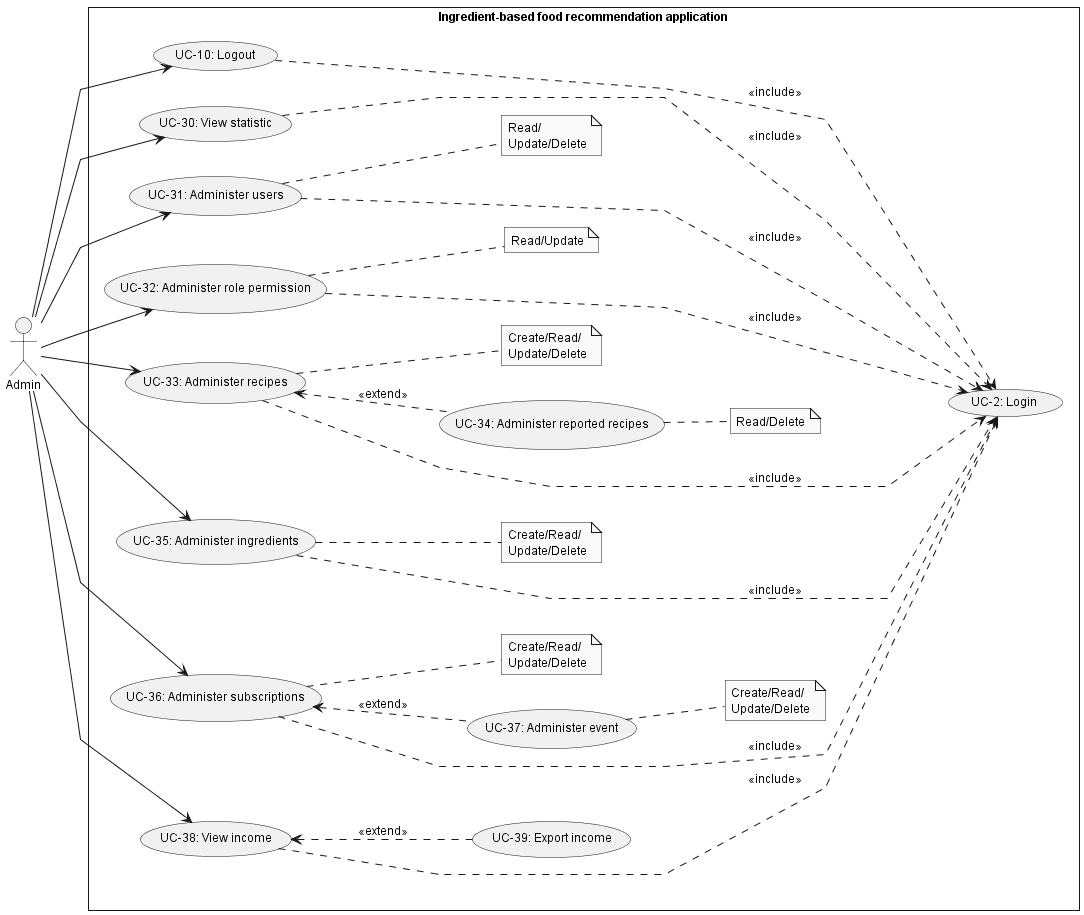
Before: doc/SRS/Usecase/AdminUsecase/AdminUsecase.png, a diagram exported from PlantUML (Carl-Johnsons/tastopia). The source it was exported from:
```plantuml
@startuml AdminUsecase
skinparam style strictuml
skinparam monochrome true
skinparam linetype polyline
skinparam defaultFontSize 12
left to right direction
actor "Admin" as admin
rectangle Ingredient-based<U+0020>food<U+0020>recommendation<U+0020>application {
    usecase "UC-2: Login" as ucLogin
    usecase "UC-10: Logout" as ucLogout

    usecase "UC-30: View statistic" as ucViewStatistic
    usecase "UC-34: Administer reported recipes" as ucAdmReportedRepices
    usecase "UC-31: Administer users" as ucAdmUser
    usecase "UC-32: Administer role permission" as ucAdmRolePermis
    usecase "UC-33: Administer recipes" as ucAdmRecipe
    usecase "UC-35: Administer ingredients" as ucAdmIngre
    usecase "UC-36: Administer subscriptions" as ucAdmSubcript
    usecase "UC-37: Administer event" as ucAdmEvent
    usecase "UC-38: View income" as ucViewIncome
    usecase "UC-39: Export income" as ucExportIncome

    note "Read/\nUpdate/Delete" as noteAdmUser
    note "Create/Read/\nUpdate/Delete" as noteAdmRecipe
    note "Create/Read/\nUpdate/Delete" as noteAdmIngre
    note "Create/Read/\nUpdate/Delete" as noteAdmSubcipt
    note "Create/Read/\nUpdate/Delete" as noteAdmEvent
    note "Read/Delete" as noteAdmReportedRecipes
    note "Read/Update" as noteAmdRolePermis

    admin --> ucAdmUser
        ucAdmUser .. noteAdmUser
    admin --> ucAdmRecipe
        ucAdmRecipe <.. ucAdmReportedRepices : <<extend>>
            ucAdmReportedRepices .. noteAdmReportedRecipes
        ucAdmRecipe .. noteAdmRecipe
    admin --> ucAdmIngre
        ucAdmIngre .. noteAdmIngre
    admin --> ucAdmRolePermis
        ucAdmRolePermis .. noteAmdRolePermis
    admin --> ucAdmSubcript
        ucAdmSubcript <.. ucAdmEvent : <<extend>>
            ucAdmEvent .. noteAdmEvent
        ucAdmSubcript .. noteAdmSubcipt
    admin --> ucViewStatistic
    admin --> ucViewIncome
        ucViewIncome <.. ucExportIncome : <<extend>>
    admin --> ucLogout

    ucLogout .....> ucLogin : <<include>>
    ucViewStatistic .....> ucLogin : <<include>>
    ucAdmUser .....> ucLogin : <<include>>
    ucAdmRolePermis .....> ucLogin : <<include>>
    ucAdmRecipe .....> ucLogin : <<include>>
    ucAdmIngre .....> ucLogin : <<include>>
    ucAdmSubcript .....> ucLogin : <<include>>
    ucViewIncome .....> ucLogin : <<include>>

}

@enduml
```
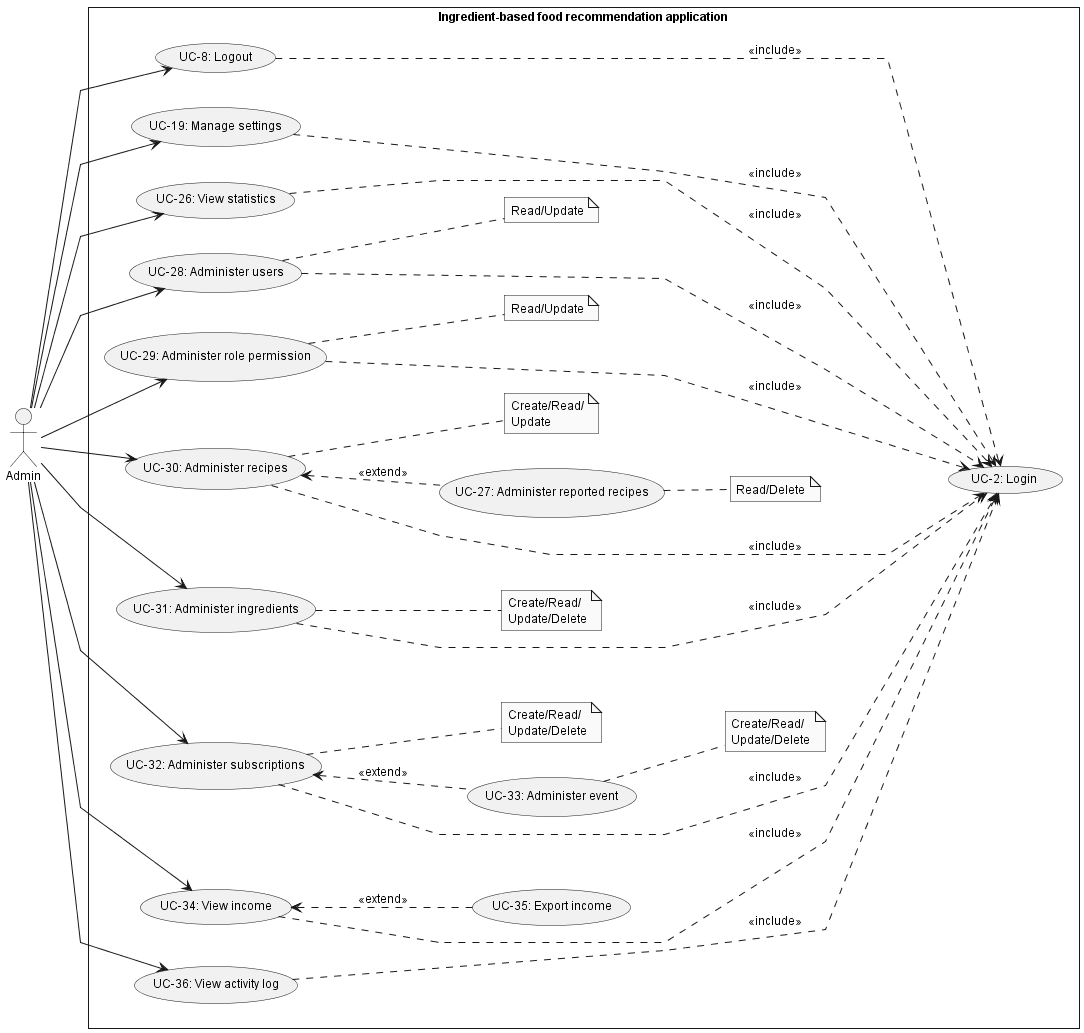
After the change.

What changed in the source:
```diff
@@ -7,21 +7,25 @@
 actor "Admin" as admin
 rectangle Ingredient-based<U+0020>food<U+0020>recommendation<U+0020>application {
     usecase "UC-2: Login" as ucLogin
-    usecase "UC-10: Logout" as ucLogout
+    usecase "UC-8: Logout" as ucLogout
+    usecase "UC-19: Manage settings" as ucManageSetting
 
-    usecase "UC-30: View statistic" as ucViewStatistic
-    usecase "UC-34: Administer reported recipes" as ucAdmReportedRepices
-    usecase "UC-31: Administer users" as ucAdmUser
-    usecase "UC-32: Administer role permission" as ucAdmRolePermis
-    usecase "UC-33: Administer recipes" as ucAdmRecipe
-    usecase "UC-35: Administer ingredients" as ucAdmIngre
-    usecase "UC-36: Administer subscriptions" as ucAdmSubcript
-    usecase "UC-37: Administer event" as ucAdmEvent
-    usecase "UC-38: View income" as ucViewIncome
-    usecase "UC-39: Export income" as ucExportIncome
 
-    note "Read/\nUpdate/Delete" as noteAdmUser
-    note "Create/Read/\nUpdate/Delete" as noteAdmRecipe
+    usecase "UC-26: View statistics" as ucViewStatistic
+    usecase "UC-27: Administer reported recipes" as ucAdmReportedRepices
+    usecase "UC-28: Administer users" as ucAdmUser
+    usecase "UC-29: Administer role permission" as ucAdmRolePermis
+    usecase "UC-30: Administer recipes" as ucAdmRecipe
+    usecase "UC-31: Administer ingredients" as ucAdmIngre
+    usecase "UC-32: Administer subscriptions" as ucAdmSubcript
+    usecase "UC-33: Administer event" as ucAdmEvent
+    usecase "UC-34: View income" as ucViewIncome
+    usecase "UC-35: Export income" as ucExportIncome
+    usecase "UC-36: View activity log" as ucViewActivityLog
+
+
+    note "Read/Update" as noteAdmUser
+    note "Create/Read/\nUpdate" as noteAdmRecipe
     note "Create/Read/\nUpdate/Delete" as noteAdmIngre
     note "Create/Read/\nUpdate/Delete" as noteAdmSubcipt
     note "Create/Read/\nUpdate/Delete" as noteAdmEvent
@@ -45,6 +49,8 @@
     admin --> ucViewStatistic
     admin --> ucViewIncome
         ucViewIncome <.. ucExportIncome : <<extend>>
+    admin --> ucViewActivityLog
+    admin --> ucManageSetting
     admin --> ucLogout
 
     ucLogout .....> ucLogin : <<include>>
@@ -55,7 +61,8 @@
     ucAdmIngre .....> ucLogin : <<include>>
     ucAdmSubcript .....> ucLogin : <<include>>
     ucViewIncome .....> ucLogin : <<include>>
-
+    ucManageSetting .....> ucLogin : <<include>>
+    ucViewActivityLog .....> ucLogin : <<include>>
 }
 
 @enduml
```
